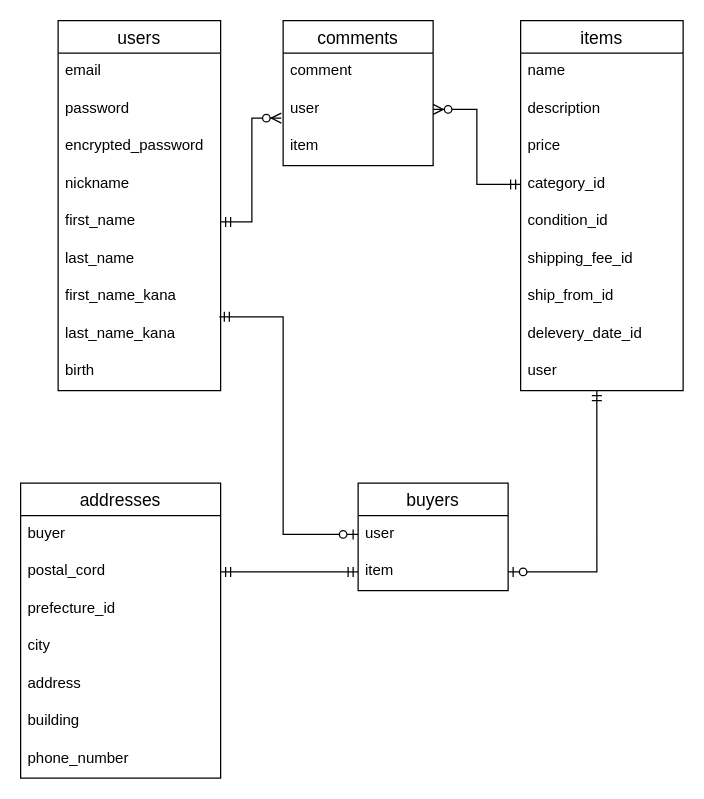
This is er.dio from nzk-tomo/furima-31124, a draw.io file, before an edit. Source tidied: cells renumbered, new cells numbered last; positions are measured from the earlier drawing's top-left corner, leaving out a move shared by most shapes. Both pictures are drawn from the tidied source at 125%, with x=0, y=0 at pixel (20, 20).
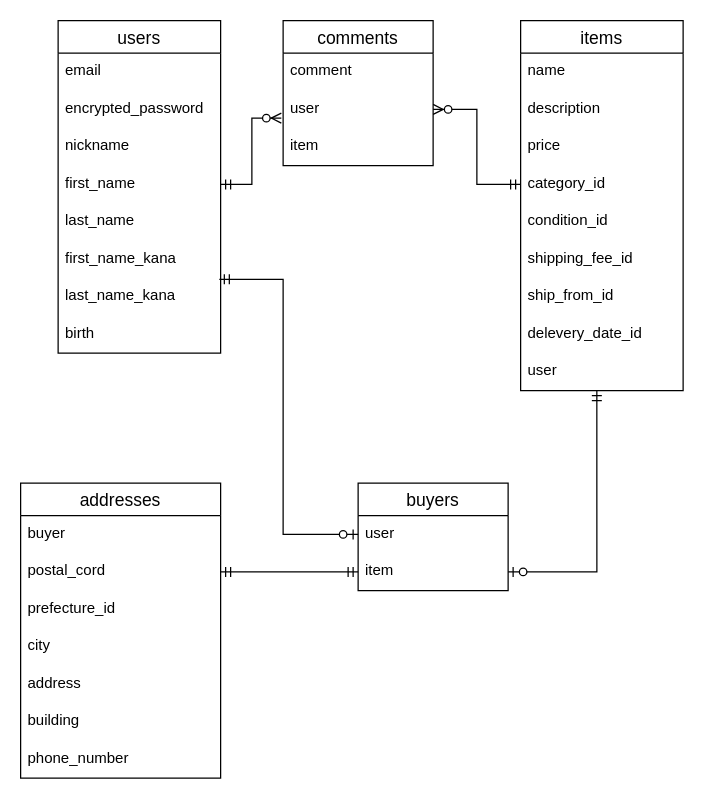
The same diagram, later.

Unchanged cells that the change refers to:
```xml
<mxCell id="30" value="user" style="text;strokeColor=none;fillColor=none;spacingLeft=4;spacingRight=4;overflow=hidden;points=[[0,0.5],[1,0.5]];portConstraint=eastwest;fontSize=12;" parent="29" vertex="1">
  <mxGeometry y="26" width="120" height="30" as="geometry" />
</mxCell>
```

Diff of the diagram source:
```diff
@@
     <mxCell id="2" value="users" style="swimlane;fontStyle=0;horizontal=1;startSize=26;align=center;fontSize=14;" parent="1" vertex="1">
-      <mxGeometry x="30" width="130" height="296" as="geometry" />
+      <mxGeometry x="30" width="130" height="266" as="geometry" />
     </mxCell>
@@
-    <mxCell id="4" value="password" style="text;strokeColor=none;fillColor=none;spacingLeft=4;spacingRight=4;overflow=hidden;fontSize=12;" parent="2" vertex="1">
-      <mxGeometry y="56" width="130" height="30" as="geometry" />
-    </mxCell>
     <mxCell id="5" value="encrypted_password" style="text;strokeColor=none;fillColor=none;spacingLeft=4;spacingRight=4;overflow=hidden;fontSize=12;" parent="2" vertex="1">
-      <mxGeometry y="86" width="130" height="30" as="geometry" />
+      <mxGeometry y="56" width="130" height="30" as="geometry" />
     </mxCell>
     <mxCell id="6" value="nickname" style="text;strokeColor=none;fillColor=none;spacingLeft=4;spacingRight=4;overflow=hidden;fontSize=12;" parent="2" vertex="1">
-      <mxGeometry y="116" width="130" height="30" as="geometry" />
+      <mxGeometry y="86" width="130" height="30" as="geometry" />
     </mxCell>
     <mxCell id="7" value="first_name" style="text;strokeColor=none;fillColor=none;spacingLeft=4;spacingRight=4;overflow=hidden;points=[[0,0.5],[1,0.5]];portConstraint=eastwest;fontSize=12;" parent="2" vertex="1">
-      <mxGeometry y="146" width="130" height="30" as="geometry" />
+      <mxGeometry y="116" width="130" height="30" as="geometry" />
     </mxCell>
     <mxCell id="8" value="last_name" style="text;strokeColor=none;fillColor=none;spacingLeft=4;spacingRight=4;overflow=hidden;fontSize=12;" parent="2" vertex="1">
-      <mxGeometry y="176" width="130" height="30" as="geometry" />
+      <mxGeometry y="146" width="130" height="30" as="geometry" />
     </mxCell>
     <mxCell id="9" value="first_name_kana" style="text;strokeColor=none;fillColor=none;spacingLeft=4;spacingRight=4;overflow=hidden;fontSize=12;" parent="2" vertex="1">
-      <mxGeometry y="206" width="130" height="30" as="geometry" />
+      <mxGeometry y="176" width="130" height="30" as="geometry" />
     </mxCell>
     <mxCell id="10" value="last_name_kana" style="text;strokeColor=none;fillColor=none;spacingLeft=4;spacingRight=4;overflow=hidden;points=[[0,0.5],[1,0.5]];portConstraint=eastwest;fontSize=12;" parent="2" vertex="1">
-      <mxGeometry y="236" width="130" height="30" as="geometry" />
+      <mxGeometry y="206" width="130" height="30" as="geometry" />
     </mxCell>
     <mxCell id="11" value="birth" style="text;strokeColor=none;fillColor=none;spacingLeft=4;spacingRight=4;overflow=hidden;fontSize=12;" parent="2" vertex="1">
-      <mxGeometry y="266" width="130" height="30" as="geometry" />
+      <mxGeometry y="236" width="130" height="30" as="geometry" />
     </mxCell>
@@
     <mxCell id="28" style="edgeStyle=orthogonalEdgeStyle;rounded=0;jettySize=auto;html=1;entryX=0;entryY=0.5;entryDx=0;entryDy=0;startArrow=ERmandOne;startFill=0;endArrow=ERzeroToOne;endFill=1;exitX=0.992;exitY=0.033;exitDx=0;exitDy=0;exitPerimeter=0;" parent="1" edge="1" source="10" target="30">
       <mxGeometry relative="1" as="geometry">
         <Array as="points">
-          <mxPoint x="210" y="237" />
+          <mxPoint x="210" y="207" />
           <mxPoint x="210" y="411" />
         </Array>
       </mxGeometry>
     </mxCell>
```
